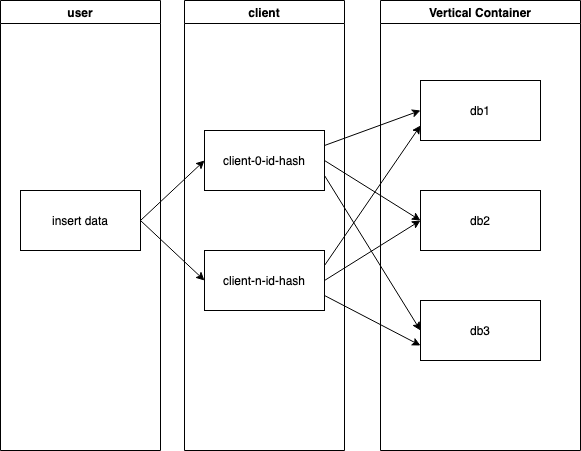
This is splitDb.png from GallantKong/diagram, a draw.io export, as it was before one commit. Source tidied: cells renumbered, new cells last; positions are measured from the earlier drawing's top-left corner, leaving out a move shared by most shapes. Its diagram source:
```xml
<mxGraphModel>
  <root>
    <mxCell id="0" />
    <mxCell id="1" parent="0" />
    <mxCell id="2" style="rounded=0;jettySize=auto;html=1;exitX=1;exitY=0.5;exitDx=0;exitDy=0;entryX=0;entryY=0.5;entryDx=0;entryDy=0;" parent="1" edge="1" source="7" target="9">
      <mxGeometry relative="1" as="geometry" />
    </mxCell>
    <mxCell id="3" style="edgeStyle=none;rounded=0;jettySize=auto;html=1;exitX=1;exitY=0.25;exitDx=0;exitDy=0;entryX=0;entryY=0.5;entryDx=0;entryDy=0;" parent="1" edge="1" source="9" target="16">
      <mxGeometry relative="1" as="geometry" />
    </mxCell>
    <mxCell id="4" style="edgeStyle=none;rounded=0;jettySize=auto;html=1;exitX=1;exitY=0.5;exitDx=0;exitDy=0;entryX=0;entryY=0.5;entryDx=0;entryDy=0;" parent="1" edge="1" source="9" target="17">
      <mxGeometry relative="1" as="geometry" />
    </mxCell>
    <mxCell id="5" style="edgeStyle=none;rounded=0;jettySize=auto;html=1;exitX=1;exitY=0.75;exitDx=0;exitDy=0;entryX=0;entryY=0.5;entryDx=0;entryDy=0;" parent="1" edge="1" source="9" target="18">
      <mxGeometry relative="1" as="geometry" />
    </mxCell>
    <mxCell id="6" value="user" style="swimlane;" parent="1" vertex="1">
      <mxGeometry width="160" height="450" as="geometry" />
    </mxCell>
    <mxCell id="7" value="insert data" style="rounded=0;whiteSpace=wrap;html=1;" parent="6" vertex="1">
      <mxGeometry x="20" y="190" width="120" height="60" as="geometry" />
    </mxCell>
    <mxCell id="8" value="client" style="swimlane;" parent="1" vertex="1">
      <mxGeometry x="184" width="160" height="450" as="geometry" />
    </mxCell>
    <mxCell id="9" value="client-0-id-hash" style="rounded=0;whiteSpace=wrap;html=1;" parent="8" vertex="1">
      <mxGeometry x="20" y="130" width="120" height="60" as="geometry" />
    </mxCell>
    <mxCell id="10" value="client-n-id-hash" style="rounded=0;whiteSpace=wrap;html=1;" parent="8" vertex="1">
      <mxGeometry x="20" y="250" width="120" height="60" as="geometry" />
    </mxCell>
    <mxCell id="11" style="edgeStyle=none;rounded=0;jettySize=auto;html=1;exitX=1;exitY=0.5;exitDx=0;exitDy=0;entryX=0;entryY=0.5;entryDx=0;entryDy=0;" parent="1" edge="1" source="7" target="10">
      <mxGeometry relative="1" as="geometry" />
    </mxCell>
    <mxCell id="12" style="edgeStyle=none;rounded=0;jettySize=auto;html=1;exitX=1;exitY=0.25;exitDx=0;exitDy=0;entryX=0;entryY=0.75;entryDx=0;entryDy=0;" parent="1" edge="1" source="10" target="16">
      <mxGeometry relative="1" as="geometry" />
    </mxCell>
    <mxCell id="13" style="edgeStyle=none;rounded=0;jettySize=auto;html=1;exitX=1;exitY=0.5;exitDx=0;exitDy=0;entryX=0;entryY=0.5;entryDx=0;entryDy=0;" parent="1" edge="1" source="10" target="17">
      <mxGeometry relative="1" as="geometry" />
    </mxCell>
    <mxCell id="14" style="edgeStyle=none;rounded=0;jettySize=auto;html=1;exitX=1;exitY=0.75;exitDx=0;exitDy=0;entryX=0;entryY=0.75;entryDx=0;entryDy=0;" parent="1" edge="1" source="10" target="18">
      <mxGeometry relative="1" as="geometry" />
    </mxCell>
    <mxCell id="15" value="Vertical Container" style="swimlane;" parent="1" vertex="1">
      <mxGeometry x="380" width="200" height="450" as="geometry" />
    </mxCell>
    <mxCell id="16" value="db1" style="rounded=0;whiteSpace=wrap;html=1;" parent="15" vertex="1">
      <mxGeometry x="40" y="80" width="120" height="60" as="geometry" />
    </mxCell>
    <mxCell id="17" value="db2" style="rounded=0;whiteSpace=wrap;html=1;" parent="15" vertex="1">
      <mxGeometry x="40" y="190" width="120" height="60" as="geometry" />
    </mxCell>
    <mxCell id="18" value="db3" style="rounded=0;whiteSpace=wrap;html=1;" parent="15" vertex="1">
      <mxGeometry x="40" y="300" width="120" height="60" as="geometry" />
    </mxCell>
  </root>
</mxGraphModel>
```
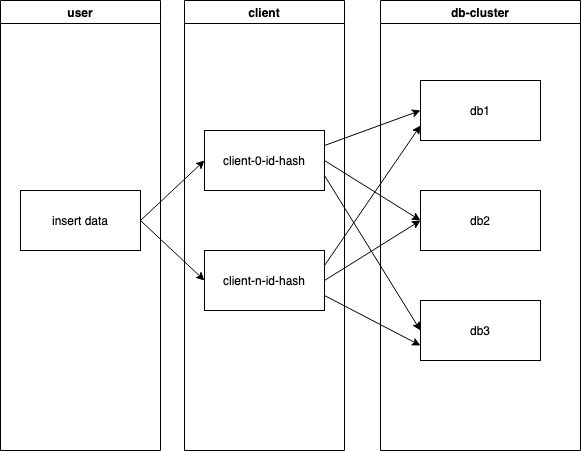
After the commit.

Diff of the diagram source:
```diff
@@ -41,7 +41,7 @@
     <mxCell id="14" style="edgeStyle=none;rounded=0;jettySize=auto;html=1;exitX=1;exitY=0.75;exitDx=0;exitDy=0;entryX=0;entryY=0.75;entryDx=0;entryDy=0;" parent="1" edge="1" source="10" target="18">
       <mxGeometry relative="1" as="geometry" />
     </mxCell>
-    <mxCell id="15" value="Vertical Container" style="swimlane;" parent="1" vertex="1">
+    <mxCell id="15" value="db-cluster" style="swimlane;" parent="1" vertex="1">
       <mxGeometry x="380" width="200" height="450" as="geometry" />
     </mxCell>
     <mxCell id="16" value="db1" style="rounded=0;whiteSpace=wrap;html=1;" parent="15" vertex="1">
```
